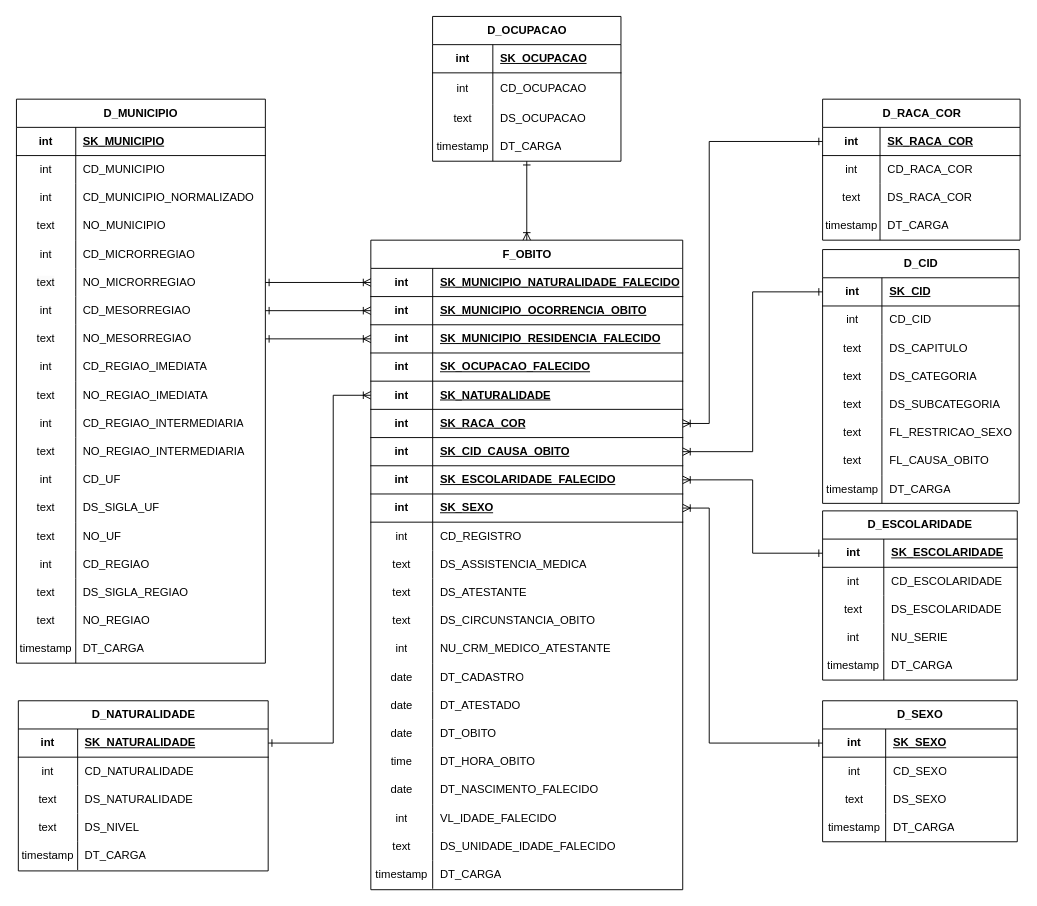
Before: docs/Diagrama Saúde Mental.drawio in Cleiton-Gaioti/BI_SAUDE_MENTAL, a draw.io diagram. Source tidied: cells renumbered, new cells numbered last; positions are measured from the earlier drawing's top-left corner, leaving out a move shared by most shapes. Both pictures are drawn from the tidied source at 94%, with x=0, y=0 at pixel (16, 16).
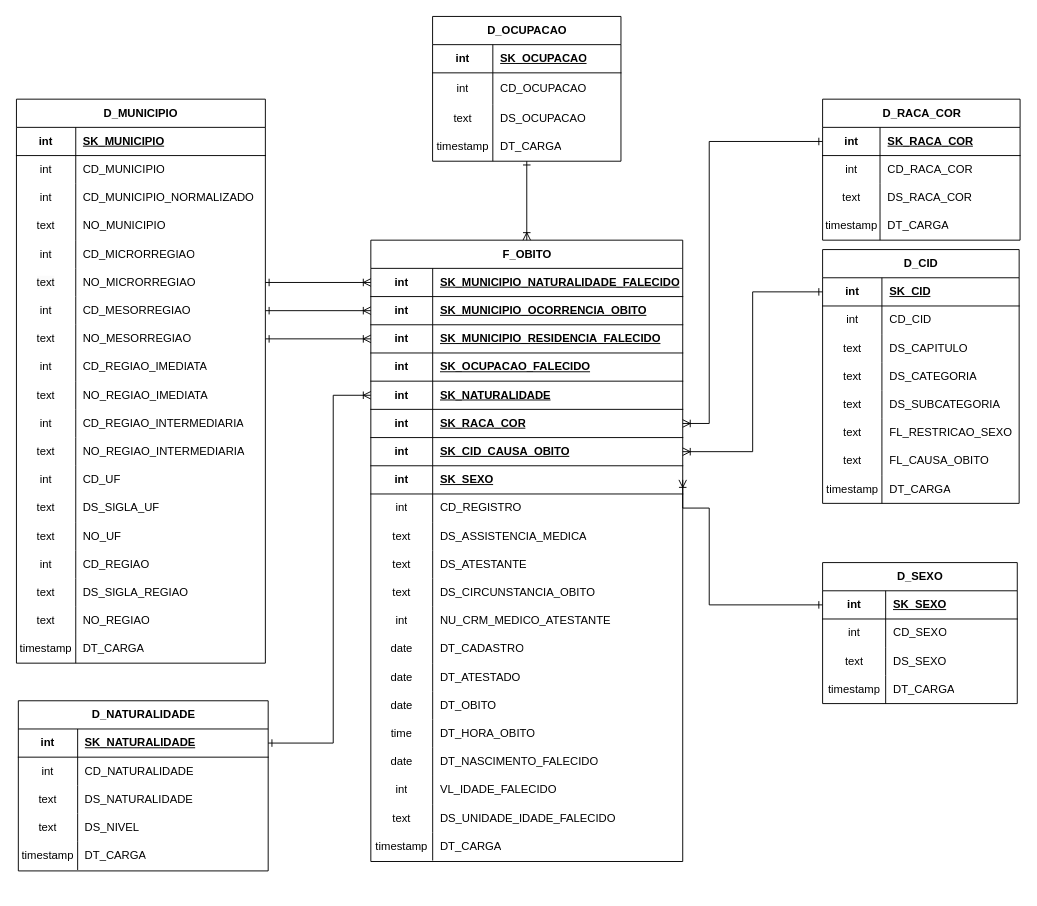
Above is the later version.

The change refers to these unchanged cells:
```xml
<mxCell id="212" style="shape=tableRow;horizontal=0;startSize=0;swimlaneHead=0;swimlaneBody=0;fillColor=none;points=[[0,0.5],[1,0.5]];portConstraint=eastwest;top=0;left=0;right=0;bottom=1;" parent="211" vertex="1">
  <mxGeometry y="30" width="207.1" height="30" as="geometry" />
</mxCell>
```

What changed in the source:
```diff
@@
     <mxCell id="60" value="F_OBITO&lt;br&gt;" style="shape=table;startSize=30;childLayout=tableLayout;rowLines=0;fontStyle=1;align=center;html=1;" parent="1" vertex="1">
-      <mxGeometry x="377" y="238" width="331.8" height="691" as="geometry" />
+      <mxGeometry x="377" y="238" width="331.8" height="661" as="geometry" />
     </mxCell>
@@
-    <mxCell id="82" style="shape=tableRow;horizontal=0;startSize=0;swimlaneHead=0;swimlaneBody=0;fillColor=none;points=[[0,0.5],[1,0.5]];portConstraint=eastwest;top=0;left=0;right=0;bottom=1;" parent="60" vertex="1">
-      <mxGeometry y="240" width="331.8" height="30" as="geometry" />
-    </mxCell>
-    <mxCell id="83" value="int" style="shape=partialRectangle;fillColor=none;top=0;left=0;bottom=0;right=0;fontStyle=1;overflow=hidden;whiteSpace=wrap;html=1;" parent="82" vertex="1">
-      <mxGeometry width="65.8" height="30" as="geometry" />
-    </mxCell>
-    <mxCell id="84" value="SK_ESCOLARIDADE_FALECIDO" style="shape=partialRectangle;fillColor=none;top=0;left=0;bottom=0;right=0;align=left;spacingLeft=6;fontStyle=5;overflow=hidden;whiteSpace=wrap;html=1;" parent="82" vertex="1">
-      <mxGeometry x="65.8" width="266" height="30" as="geometry" />
-    </mxCell>
     <mxCell id="85" style="shape=tableRow;horizontal=0;startSize=0;swimlaneHead=0;swimlaneBody=0;fillColor=none;points=[[0,0.5],[1,0.5]];portConstraint=eastwest;top=0;left=0;right=0;bottom=1;" parent="60" vertex="1">
-      <mxGeometry y="270" width="331.8" height="30" as="geometry" />
+      <mxGeometry y="240" width="331.8" height="30" as="geometry" />
     </mxCell>
@@
     <mxCell id="88" style="shape=tableRow;horizontal=0;startSize=0;swimlaneHead=0;swimlaneBody=0;fillColor=none;top=0;left=0;right=0;bottom=0;" parent="60" vertex="1">
-      <mxGeometry y="300" width="331.8" height="30" as="geometry" />
+      <mxGeometry y="270" width="331.8" height="30" as="geometry" />
     </mxCell>
@@
     <mxCell id="91" style="shape=tableRow;horizontal=0;startSize=0;swimlaneHead=0;swimlaneBody=0;fillColor=none;top=0;left=0;right=0;bottom=0;" parent="60" vertex="1">
-      <mxGeometry y="330" width="331.8" height="30" as="geometry" />
+      <mxGeometry y="300" width="331.8" height="30" as="geometry" />
     </mxCell>
@@
     <mxCell id="94" style="shape=tableRow;horizontal=0;startSize=0;swimlaneHead=0;swimlaneBody=0;fillColor=none;top=0;left=0;right=0;bottom=0;" parent="60" vertex="1">
-      <mxGeometry y="360" width="331.8" height="30" as="geometry" />
+      <mxGeometry y="330" width="331.8" height="30" as="geometry" />
     </mxCell>
@@
     <mxCell id="97" style="shape=tableRow;horizontal=0;startSize=0;swimlaneHead=0;swimlaneBody=0;fillColor=none;top=0;left=0;right=0;bottom=0;" parent="60" vertex="1">
-      <mxGeometry y="390" width="331.8" height="30" as="geometry" />
+      <mxGeometry y="360" width="331.8" height="30" as="geometry" />
     </mxCell>
@@
     <mxCell id="100" style="shape=tableRow;horizontal=0;startSize=0;swimlaneHead=0;swimlaneBody=0;fillColor=none;top=0;left=0;right=0;bottom=0;" parent="60" vertex="1">
-      <mxGeometry y="420" width="331.8" height="30" as="geometry" />
+      <mxGeometry y="390" width="331.8" height="30" as="geometry" />
     </mxCell>
@@
     <mxCell id="103" style="shape=tableRow;horizontal=0;startSize=0;swimlaneHead=0;swimlaneBody=0;fillColor=none;top=0;left=0;right=0;bottom=0;" parent="60" vertex="1">
-      <mxGeometry y="450" width="331.8" height="30" as="geometry" />
+      <mxGeometry y="420" width="331.8" height="30" as="geometry" />
     </mxCell>
@@
     <mxCell id="106" style="shape=tableRow;horizontal=0;startSize=0;swimlaneHead=0;swimlaneBody=0;fillColor=none;top=0;left=0;right=0;bottom=0;" parent="60" vertex="1">
-      <mxGeometry y="480" width="331.8" height="30" as="geometry" />
+      <mxGeometry y="450" width="331.8" height="30" as="geometry" />
     </mxCell>
@@
     <mxCell id="109" style="shape=tableRow;horizontal=0;startSize=0;swimlaneHead=0;swimlaneBody=0;fillColor=none;top=0;left=0;right=0;bottom=0;" parent="60" vertex="1">
-      <mxGeometry y="510" width="331.8" height="30" as="geometry" />
+      <mxGeometry y="480" width="331.8" height="30" as="geometry" />
     </mxCell>
@@
     <mxCell id="112" style="shape=tableRow;horizontal=0;startSize=0;swimlaneHead=0;swimlaneBody=0;fillColor=none;top=0;left=0;right=0;bottom=0;" parent="60" vertex="1">
-      <mxGeometry y="540" width="331.8" height="30" as="geometry" />
+      <mxGeometry y="510" width="331.8" height="30" as="geometry" />
     </mxCell>
@@
     <mxCell id="115" style="shape=tableRow;horizontal=0;startSize=0;swimlaneHead=0;swimlaneBody=0;fillColor=none;top=0;left=0;right=0;bottom=0;" parent="60" vertex="1">
-      <mxGeometry y="570" width="331.8" height="30" as="geometry" />
+      <mxGeometry y="540" width="331.8" height="30" as="geometry" />
     </mxCell>
@@
     <mxCell id="118" style="shape=tableRow;horizontal=0;startSize=0;swimlaneHead=0;swimlaneBody=0;fillColor=none;top=0;left=0;right=0;bottom=0;" parent="60" vertex="1">
-      <mxGeometry y="600" width="331.8" height="30" as="geometry" />
+      <mxGeometry y="570" width="331.8" height="30" as="geometry" />
     </mxCell>
@@
     <mxCell id="121" style="shape=tableRow;horizontal=0;startSize=0;swimlaneHead=0;swimlaneBody=0;fillColor=none;top=0;left=0;right=0;bottom=0;" parent="60" vertex="1">
-      <mxGeometry y="630" width="331.8" height="30" as="geometry" />
+      <mxGeometry y="600" width="331.8" height="30" as="geometry" />
     </mxCell>
@@
     <mxCell id="124" style="shape=tableRow;horizontal=0;startSize=0;swimlaneHead=0;swimlaneBody=0;fillColor=none;top=0;left=0;right=0;bottom=0;" parent="60" vertex="1">
-      <mxGeometry y="660" width="331.8" height="30" as="geometry" />
+      <mxGeometry y="630" width="331.8" height="30" as="geometry" />
     </mxCell>
@@
-    <mxCell id="127" value="D_ESCOLARIDADE" style="shape=table;startSize=30;childLayout=tableLayout;rowLines=0;fontStyle=1;align=center;html=1;" parent="1" vertex="1">
-      <mxGeometry x="857.6" y="526" width="207.1" height="180" as="geometry" />
-    </mxCell>
-    <mxCell id="128" style="shape=tableRow;horizontal=0;startSize=0;swimlaneHead=0;swimlaneBody=0;fillColor=none;points=[[0,0.5],[1,0.5]];portConstraint=eastwest;top=0;left=0;right=0;bottom=1;" parent="127" vertex="1">
-      <mxGeometry y="30" width="207.1" height="30" as="geometry" />
-    </mxCell>
-    <mxCell id="129" value="int" style="shape=partialRectangle;fillColor=none;top=0;left=0;bottom=0;right=0;fontStyle=1;overflow=hidden;whiteSpace=wrap;html=1;" parent="128" vertex="1">
-      <mxGeometry width="65.1" height="30" as="geometry" />
-    </mxCell>
-    <mxCell id="130" value="SK_ESCOLARIDADE" style="shape=partialRectangle;fillColor=none;top=0;left=0;bottom=0;right=0;align=left;spacingLeft=6;fontStyle=5;overflow=hidden;whiteSpace=wrap;html=1;" parent="128" vertex="1">
-      <mxGeometry x="65.1" width="142" height="30" as="geometry" />
-    </mxCell>
-    <mxCell id="131" style="shape=tableRow;horizontal=0;startSize=0;swimlaneHead=0;swimlaneBody=0;fillColor=none;top=0;left=0;right=0;bottom=0;" parent="127" vertex="1">
-      <mxGeometry y="60" width="207.1" height="30" as="geometry" />
-    </mxCell>
-    <mxCell id="132" value="int" style="shape=partialRectangle;fillColor=none;top=0;left=0;bottom=0;right=0;overflow=hidden;whiteSpace=wrap;html=1;" parent="131" vertex="1">
-      <mxGeometry width="65.1" height="30" as="geometry" />
-    </mxCell>
-    <mxCell id="133" value="CD_ESCOLARIDADE" style="shape=partialRectangle;fillColor=none;top=0;left=0;bottom=0;right=0;align=left;spacingLeft=6;overflow=hidden;whiteSpace=wrap;html=1;" parent="131" vertex="1">
-      <mxGeometry x="65.1" width="142" height="30" as="geometry" />
-    </mxCell>
-    <mxCell id="134" style="shape=tableRow;horizontal=0;startSize=0;swimlaneHead=0;swimlaneBody=0;fillColor=none;top=0;left=0;right=0;bottom=0;" parent="127" vertex="1">
-      <mxGeometry y="90" width="207.1" height="30" as="geometry" />
-    </mxCell>
-    <mxCell id="135" value="text" style="shape=partialRectangle;fillColor=none;top=0;left=0;bottom=0;right=0;overflow=hidden;whiteSpace=wrap;html=1;" parent="134" vertex="1">
-      <mxGeometry width="65.1" height="30" as="geometry" />
-    </mxCell>
-    <mxCell id="136" value="DS_ESCOLARIDADE" style="shape=partialRectangle;fillColor=none;top=0;left=0;bottom=0;right=0;align=left;spacingLeft=6;overflow=hidden;whiteSpace=wrap;html=1;" parent="134" vertex="1">
-      <mxGeometry x="65.1" width="142" height="30" as="geometry" />
-    </mxCell>
-    <mxCell id="137" style="shape=tableRow;horizontal=0;startSize=0;swimlaneHead=0;swimlaneBody=0;fillColor=none;top=0;left=0;right=0;bottom=0;" parent="127" vertex="1">
-      <mxGeometry y="120" width="207.1" height="30" as="geometry" />
-    </mxCell>
-    <mxCell id="138" value="int" style="shape=partialRectangle;fillColor=none;top=0;left=0;bottom=0;right=0;overflow=hidden;whiteSpace=wrap;html=1;" parent="137" vertex="1">
-      <mxGeometry width="65.1" height="30" as="geometry" />
-    </mxCell>
-    <mxCell id="139" value="NU_SERIE" style="shape=partialRectangle;fillColor=none;top=0;left=0;bottom=0;right=0;align=left;spacingLeft=6;overflow=hidden;whiteSpace=wrap;html=1;" parent="137" vertex="1">
-      <mxGeometry x="65.1" width="142" height="30" as="geometry" />
-    </mxCell>
-    <mxCell id="140" style="shape=tableRow;horizontal=0;startSize=0;swimlaneHead=0;swimlaneBody=0;fillColor=none;top=0;left=0;right=0;bottom=0;" parent="127" vertex="1">
-      <mxGeometry y="150" width="207.1" height="30" as="geometry" />
-    </mxCell>
-    <mxCell id="141" value="timestamp" style="shape=partialRectangle;fillColor=none;top=0;left=0;bottom=0;right=0;overflow=hidden;whiteSpace=wrap;html=1;" parent="140" vertex="1">
-      <mxGeometry width="65.1" height="30" as="geometry" />
-    </mxCell>
-    <mxCell id="142" value="DT_CARGA" style="shape=partialRectangle;fillColor=none;top=0;left=0;bottom=0;right=0;align=left;spacingLeft=6;overflow=hidden;whiteSpace=wrap;html=1;" parent="140" vertex="1">
-      <mxGeometry x="65.1" width="142" height="30" as="geometry" />
-    </mxCell>
@@
     <mxCell id="211" value="D_SEXO" style="shape=table;startSize=30;childLayout=tableLayout;rowLines=0;fontStyle=1;align=center;html=1;" parent="1" vertex="1">
-      <mxGeometry x="857.6" y="728" width="207.1" height="150" as="geometry" />
+      <mxGeometry x="857.6" y="581" width="207.1" height="150" as="geometry" />
     </mxCell>
@@
-    <mxCell id="229" style="edgeStyle=orthogonalEdgeStyle;rounded=0;jettySize=auto;html=1;exitX=0;exitY=0.5;exitDx=0;exitDy=0;endArrow=ERoneToMany;endFill=0;startArrow=ERone;startFill=0;" parent="1" edge="1" source="128" target="82">
-      <mxGeometry relative="1" as="geometry" />
-    </mxCell>
     <mxCell id="230" style="edgeStyle=orthogonalEdgeStyle;rounded=0;jettySize=auto;html=1;exitX=0;exitY=0.5;exitDx=0;exitDy=0;entryX=1;entryY=0.5;entryDx=0;entryDy=0;endArrow=ERoneToMany;endFill=0;startArrow=ERone;startFill=0;" parent="1" edge="1" source="212" target="85">
       <mxGeometry relative="1" as="geometry">
         <Array as="points">
-          <mxPoint x="737" y="773" />
+          <mxPoint x="737" y="626" />
           <mxPoint x="737" y="523" />
         </Array>
       </mxGeometry>
     </mxCell>
```
